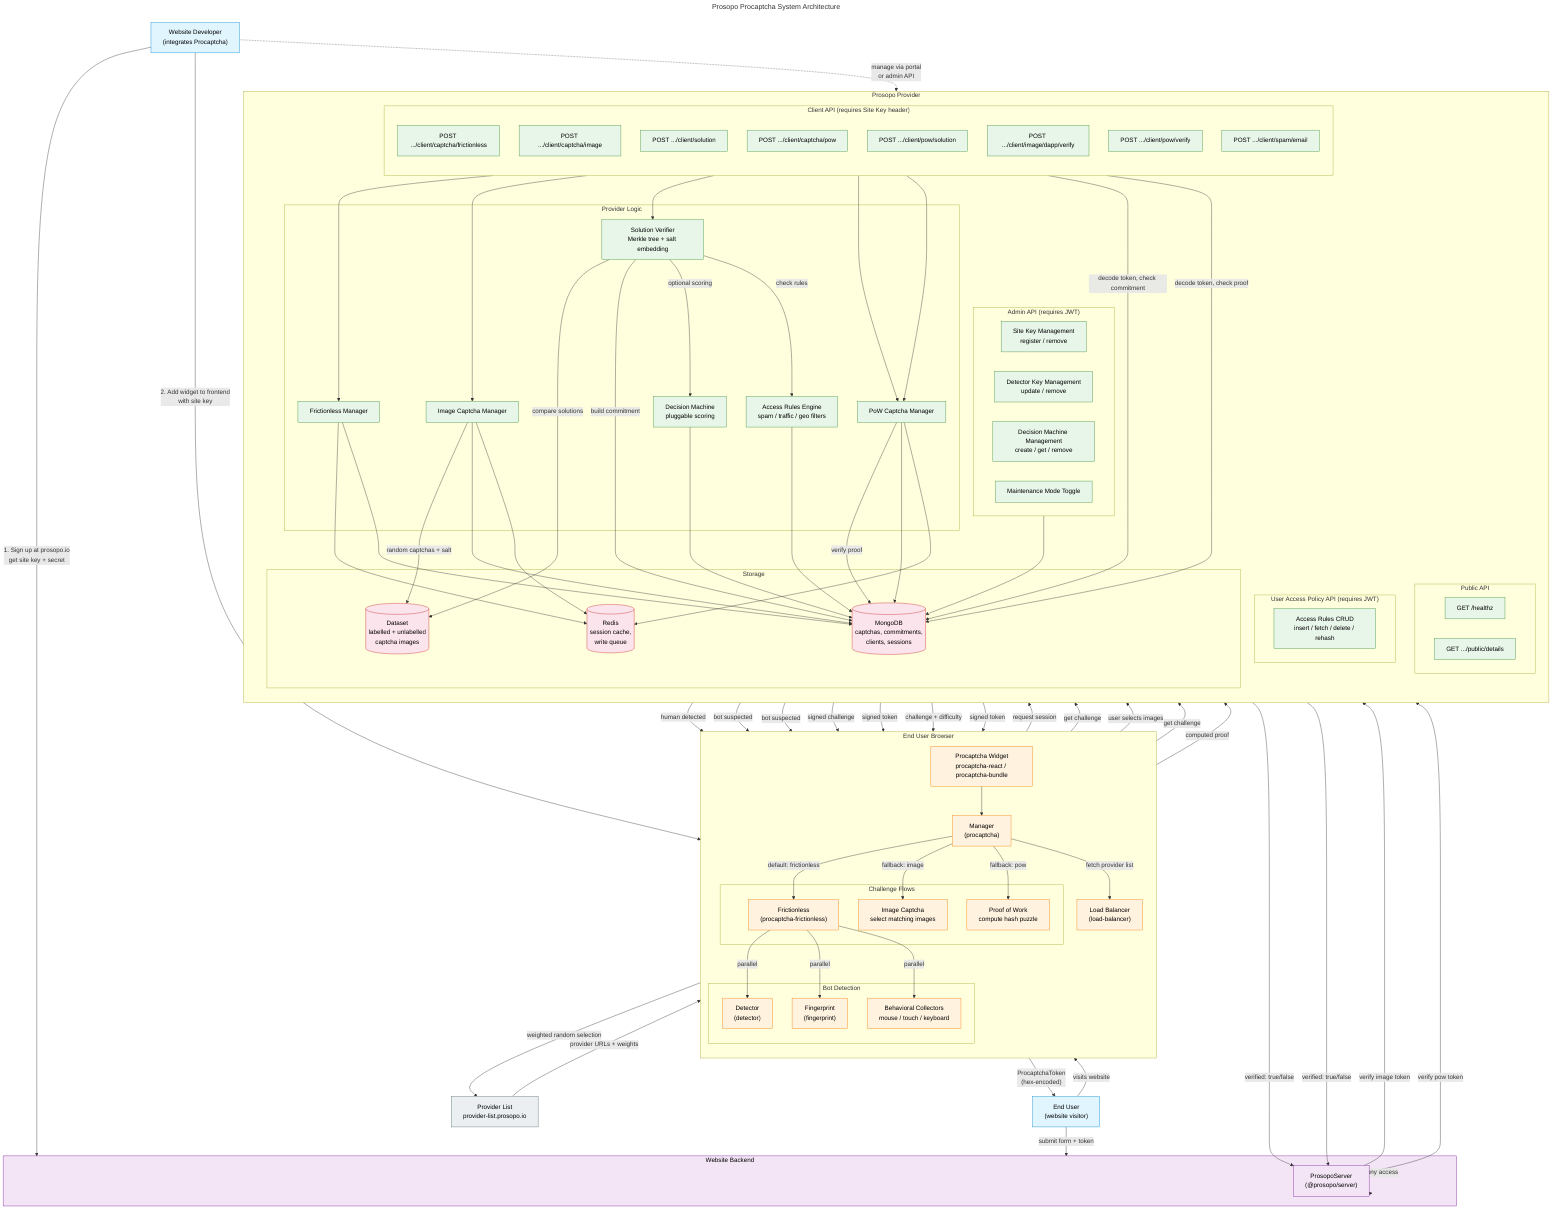
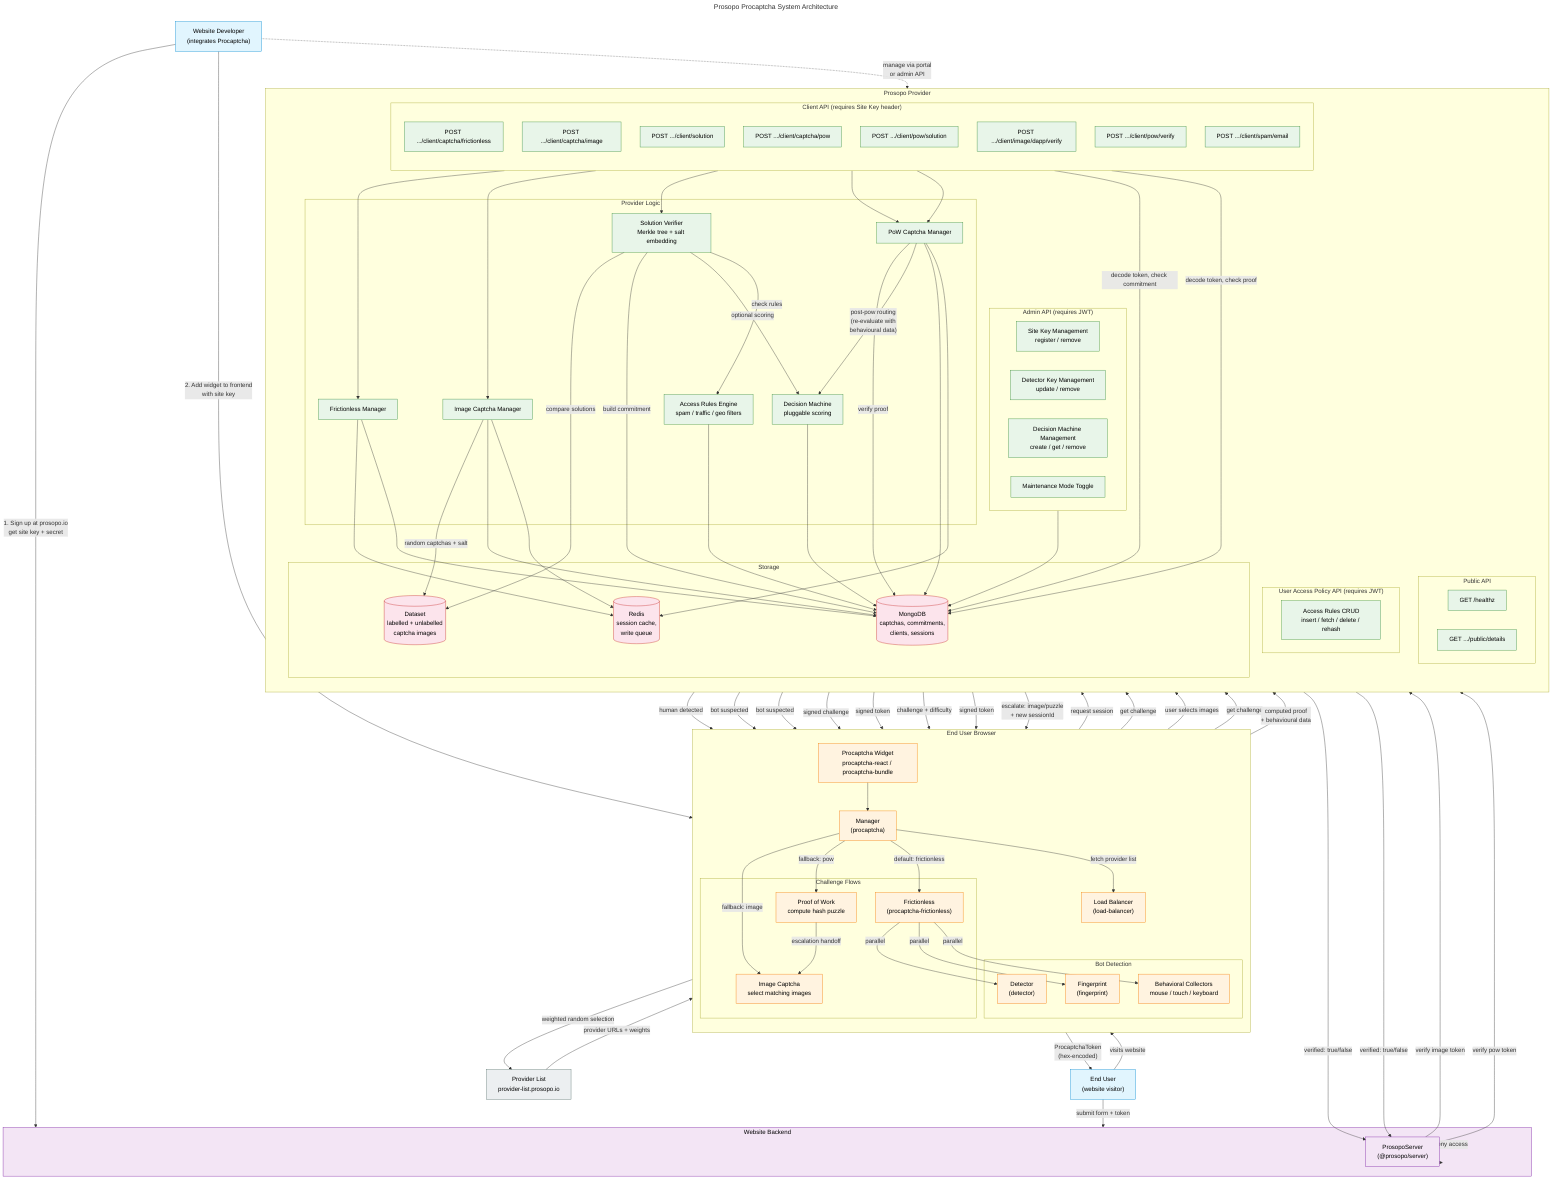
---
title: Prosopo Procaptcha System Architecture
---

graph TB
    %% ===== ACTORS =====
    Developer["Website Developer<br/>(integrates Procaptcha)"]
    EndUser["End User<br/>(website visitor)"]

    %% ===== CLIENT SIDE =====
    subgraph Browser["End User Browser"]
        direction TB
        Widget["Procaptcha Widget<br/>procaptcha-react / procaptcha-bundle"]
        Manager["Manager<br/>(procaptcha)"]
        LB["Load Balancer<br/>(load-balancer)"]

        subgraph Detection["Bot Detection"]
            Detector["Detector<br/>(detector)"]
            Fingerprint["Fingerprint<br/>(fingerprint)"]
            Behavioral["Behavioral Collectors<br/>mouse / touch / keyboard"]
        end

        subgraph CaptchaFlows["Challenge Flows"]
            Frictionless["Frictionless<br/>(procaptcha-frictionless)"]
            ImageCaptcha["Image Captcha<br/>select matching images"]
            PoW["Proof of Work<br/>compute hash puzzle"]
        end
    end

    %% ===== PROVIDER =====
    subgraph Provider["Prosopo Provider"]
        direction TB
        subgraph PublicAPI["Public API"]
            Healthz["GET /healthz"]
            Details["GET .../public/details"]
        end

        subgraph ClientAPI["Client API (requires Site Key header)"]
            direction TB
            FrictionlessEP["POST .../client/captcha/frictionless"]
            ImageChallengeEP["POST .../client/captcha/image"]
            ImageSolutionEP["POST .../client/solution"]
            PowChallengeEP["POST .../client/captcha/pow"]
            PowSolutionEP["POST .../client/pow/solution"]
            ImageVerifyEP["POST .../client/image/dapp/verify"]
            PowVerifyEP["POST .../client/pow/verify"]
            SpamEmailEP["POST .../client/spam/email"]
        end

        subgraph AdminAPI["Admin API (requires JWT)"]
            SiteKeyMgmt["Site Key Management<br/>register / remove"]
            DetectorMgmt["Detector Key Management<br/>update / remove"]
            DecisionMachineMgmt["Decision Machine Management<br/>create / get / remove"]
            MaintenanceToggle["Maintenance Mode Toggle"]
        end

        subgraph UapAPI["User Access Policy API (requires JWT)"]
            RulesCRUD["Access Rules CRUD<br/>insert / fetch / delete / rehash"]
        end

        subgraph ProviderLogic["Provider Logic"]
            ImgTasks["Image Captcha Manager"]
            PowTasks["PoW Captcha Manager"]
            FrictionlessTasks["Frictionless Manager"]
            SolutionVerifier["Solution Verifier<br/>Merkle tree + salt embedding"]
            DecisionMachine["Decision Machine<br/>pluggable scoring"]
            AccessRules["Access Rules Engine<br/>spam / traffic / geo filters"]
        end

        subgraph Storage["Storage"]
            MongoDB[(MongoDB<br/>captchas, commitments,<br/>clients, sessions)]
            Redis[(Redis<br/>session cache,<br/>write queue)]
            Dataset[(Dataset<br/>labelled + unlabelled<br/>captcha images)]
        end
    end

    %% ===== WEBSITE BACKEND =====
    subgraph DappBackend["Website Backend"]
        ServerPkg["ProsopoServer<br/>(@prosopo/server)"]
    end

    %% ===== EXTERNAL =====
    ProviderList["Provider List<br/>provider-list.prosopo.io"]

    %% ===== DEVELOPER FLOW =====
    Developer -->|"1. Sign up at prosopo.io<br/>get site key + secret"| DappBackend
    Developer -->|"2. Add widget to frontend<br/>with site key"| Widget

    %% ===== USER FLOW =====
    EndUser -->|visits website| Widget
    Widget --> Manager
    Manager -->|fetch provider list| LB
    LB -->|weighted random selection| ProviderList
    ProviderList -->|provider URLs + weights| LB

    %% ===== FRICTIONLESS FLOW =====
    Manager -->|default: frictionless| Frictionless
    Frictionless -->|parallel| Detector
    Frictionless -->|parallel| Fingerprint
    Frictionless -->|parallel| Behavioral
    Frictionless -->|request session| FrictionlessEP

    FrictionlessEP --> FrictionlessTasks
    FrictionlessTasks --> Redis
    FrictionlessTasks -->|human detected| Manager
    FrictionlessTasks -->|bot suspected| ImageCaptcha
    FrictionlessTasks -->|bot suspected| PoW

    %% ===== IMAGE CAPTCHA FLOW =====
    Manager -->|fallback: image| ImageCaptcha
    ImageCaptcha -->|get challenge| ImageChallengeEP
    ImageChallengeEP --> ImgTasks
    ImgTasks -->|random captchas + salt| Dataset
    ImgTasks -->|signed challenge| ImageCaptcha
    ImageCaptcha -->|user selects images| ImageSolutionEP
    ImageSolutionEP --> SolutionVerifier
    SolutionVerifier -->|compare solutions| Dataset
    SolutionVerifier -->|build commitment| MongoDB
    SolutionVerifier -->|optional scoring| DecisionMachine
    SolutionVerifier -->|check rules| AccessRules
    SolutionVerifier -->|signed token| Manager

    %% ===== POW FLOW =====
    Manager -->|fallback: pow| PoW
    PoW -->|get challenge| PowChallengeEP
    PowChallengeEP --> PowTasks
    PowTasks -->|challenge + difficulty| PoW
-     PoW -->|computed proof| PowSolutionEP
+     PoW -->|"computed proof<br/>+ behavioural data"| PowSolutionEP
    PowSolutionEP --> PowTasks
    PowTasks -->|verify proof| MongoDB
+     PowTasks -->|"post-pow routing<br/>(re-evaluate with<br/>behavioural data)"| DecisionMachine
    PowTasks -->|signed token| Manager
+     PowTasks -->|escalate: image/puzzle<br/>+ new sessionId| PoW
+     PoW -->|escalation handoff| ImageCaptcha

    %% ===== TOKEN TO BACKEND =====
    Manager -->|"ProcaptchaToken<br/>(hex-encoded)"| EndUser
    EndUser -->|"submit form + token"| DappBackend

    %% ===== SERVER VERIFICATION =====
    DappBackend --> ServerPkg
    ServerPkg -->|verify image token| ImageVerifyEP
    ServerPkg -->|verify pow token| PowVerifyEP
    ImageVerifyEP -->|decode token, check commitment| MongoDB
    PowVerifyEP -->|decode token, check proof| MongoDB
    ImageVerifyEP -->|"verified: true/false"| ServerPkg
    PowVerifyEP -->|"verified: true/false"| ServerPkg
    ServerPkg -->|grant or deny access| DappBackend

    %% ===== ADMIN =====
    Developer -.->|"manage via portal<br/>or admin API"| AdminAPI
    AdminAPI --> MongoDB

    %% ===== STORAGE CONNECTIONS =====
    ImgTasks --> MongoDB
    PowTasks --> MongoDB
    FrictionlessTasks --> MongoDB
    AccessRules --> MongoDB
    DecisionMachine --> MongoDB
    ImgTasks --> Redis
    PowTasks --> Redis

    %% ===== STYLES =====
    classDef actor fill:#e1f5fe,stroke:#0288d1,color:#000
    classDef browser fill:#fff3e0,stroke:#f57c00,color:#000
    classDef provider fill:#e8f5e9,stroke:#388e3c,color:#000
    classDef storage fill:#fce4ec,stroke:#c62828,color:#000
    classDef backend fill:#f3e5f5,stroke:#7b1fa2,color:#000
    classDef external fill:#eceff1,stroke:#546e6a,color:#000

    class Developer,EndUser actor
    class Widget,Manager,LB,Detector,Fingerprint,Behavioral,Frictionless,ImageCaptcha,PoW browser
    class Healthz,Details,FrictionlessEP,ImageChallengeEP,ImageSolutionEP,PowChallengeEP,PowSolutionEP,ImageVerifyEP,PowVerifyEP,SpamEmailEP,SiteKeyMgmt,DetectorMgmt,DecisionMachineMgmt,MaintenanceToggle,RulesCRUD provider
    class ImgTasks,PowTasks,FrictionlessTasks,SolutionVerifier,DecisionMachine,AccessRules provider
    class MongoDB,Redis,Dataset storage
    class ServerPkg,DappBackend backend
    class ProviderList external
